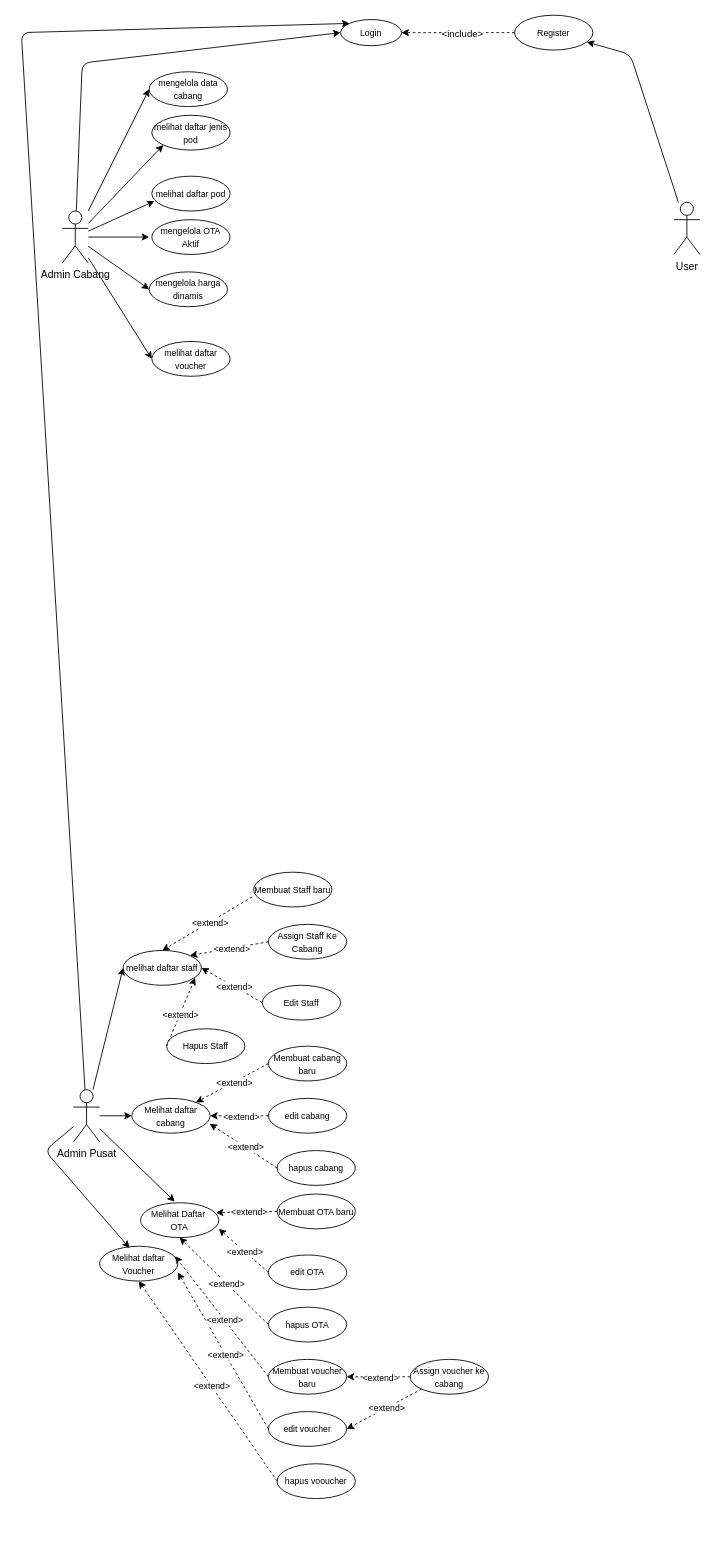
This is diagram/raw/ucd.drawio from aliifam/final-project, a draw.io file, before an edit. Source tidied: cells renumbered, new cells numbered last; positions are measured from the earlier drawing's top-left corner, leaving out a move shared by most shapes. Both pictures are drawn from the tidied source at 87%, with x=0, y=0 at pixel (21, 15).
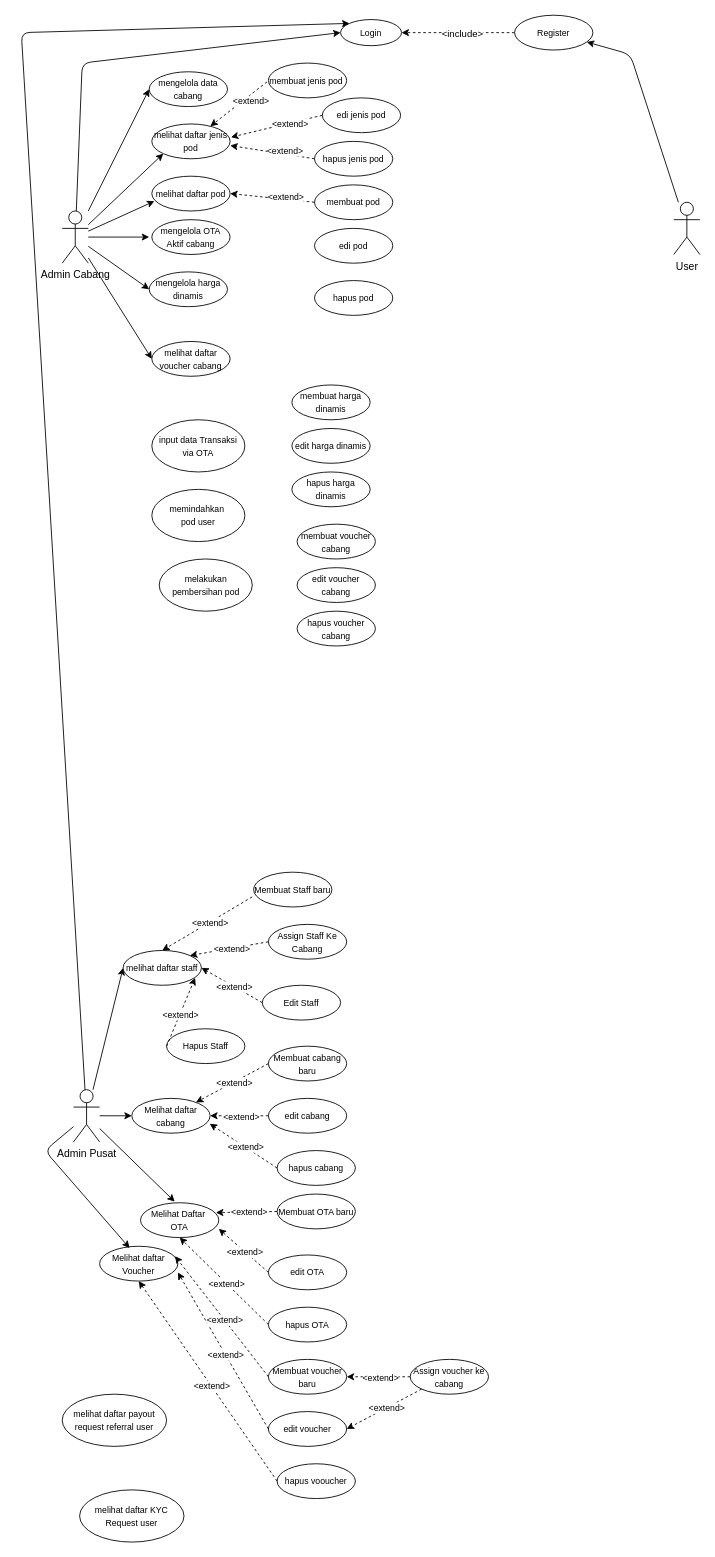
After the change.

Unchanged cells that the change refers to:
```xml
<mxCell id="71" value="&lt;font style=&quot;font-size: 10px;&quot;&gt;melihat daftar pod&lt;/font&gt;" style="ellipse;whiteSpace=wrap;html=1;" parent="1" vertex="1">
  <mxGeometry x="150" y="185" width="90" height="40" as="geometry" />
</mxCell>
```

The edit, as a diff of the source:
```diff
@@
     <mxCell id="70" value="&lt;font style=&quot;font-size: 10px;&quot;&gt;melihat daftar jenis pod&lt;/font&gt;" style="ellipse;whiteSpace=wrap;html=1;" parent="1" vertex="1">
-      <mxGeometry x="150" y="115" width="90" height="40" as="geometry" />
+      <mxGeometry x="150" y="125" width="90" height="40" as="geometry" />
     </mxCell>
@@
-    <mxCell id="72" value="&lt;font style=&quot;font-size: 10px;&quot;&gt;mengelola OTA Aktif&lt;/font&gt;" style="ellipse;whiteSpace=wrap;html=1;" parent="1" vertex="1">
+    <mxCell id="72" value="&lt;font style=&quot;font-size: 10px;&quot;&gt;mengelola OTA Aktif cabang&lt;/font&gt;" style="ellipse;whiteSpace=wrap;html=1;" parent="1" vertex="1">
       <mxGeometry x="150" y="235" width="90" height="40" as="geometry" />
     </mxCell>
@@
-    <mxCell id="74" value="&lt;font style=&quot;font-size: 10px;&quot;&gt;melihat daftar voucher&lt;/font&gt;" style="ellipse;whiteSpace=wrap;html=1;" parent="1" vertex="1">
+    <mxCell id="74" value="&lt;font style=&quot;font-size: 10px;&quot;&gt;melihat daftar voucher cabang&lt;/font&gt;" style="ellipse;whiteSpace=wrap;html=1;" parent="1" vertex="1">
       <mxGeometry x="150" y="375" width="90" height="40" as="geometry" />
     </mxCell>
@@
+    <mxCell id="76" value="&lt;font style=&quot;font-size: 10px;&quot;&gt;membuat jenis pod&amp;nbsp;&lt;/font&gt;" style="ellipse;whiteSpace=wrap;html=1;" parent="1" vertex="1">
+      <mxGeometry x="284" y="55" width="90" height="40" as="geometry" />
+    </mxCell>
+    <mxCell id="77" value="&lt;font style=&quot;font-size: 10px;&quot;&gt;edi jenis pod&lt;/font&gt;" style="ellipse;whiteSpace=wrap;html=1;" parent="1" vertex="1">
+      <mxGeometry x="346" y="95" width="90" height="40" as="geometry" />
+    </mxCell>
+    <mxCell id="78" value="&lt;span style=&quot;font-size: 10px;&quot;&gt;hapus jenis pod&lt;/span&gt;" style="ellipse;whiteSpace=wrap;html=1;" parent="1" vertex="1">
+      <mxGeometry x="337" y="145" width="90" height="40" as="geometry" />
+    </mxCell>
+    <mxCell id="79" value="&lt;font style=&quot;font-size: 10px;&quot;&gt;membuat pod&lt;/font&gt;" style="ellipse;whiteSpace=wrap;html=1;" parent="1" vertex="1">
+      <mxGeometry x="337" y="195" width="90" height="40" as="geometry" />
+    </mxCell>
+    <mxCell id="80" value="&lt;font style=&quot;font-size: 10px;&quot;&gt;edi pod&lt;/font&gt;" style="ellipse;whiteSpace=wrap;html=1;" parent="1" vertex="1">
+      <mxGeometry x="337" y="245" width="90" height="40" as="geometry" />
+    </mxCell>
+    <mxCell id="81" value="&lt;span style=&quot;font-size: 10px;&quot;&gt;hapus pod&lt;/span&gt;" style="ellipse;whiteSpace=wrap;html=1;" parent="1" vertex="1">
+      <mxGeometry x="337" y="305" width="90" height="40" as="geometry" />
+    </mxCell>
+    <mxCell id="82" value="&lt;font style=&quot;font-size: 10px;&quot;&gt;membuat harga dinamis&lt;/font&gt;" style="ellipse;whiteSpace=wrap;html=1;" parent="1" vertex="1">
+      <mxGeometry x="311" y="425" width="90" height="40" as="geometry" />
+    </mxCell>
+    <mxCell id="83" value="&lt;font style=&quot;font-size: 10px;&quot;&gt;edit harga dinamis&lt;/font&gt;" style="ellipse;whiteSpace=wrap;html=1;" parent="1" vertex="1">
+      <mxGeometry x="311" y="475" width="90" height="40" as="geometry" />
+    </mxCell>
+    <mxCell id="84" value="&lt;span style=&quot;font-size: 10px;&quot;&gt;hapus harga dinamis&lt;/span&gt;" style="ellipse;whiteSpace=wrap;html=1;" parent="1" vertex="1">
+      <mxGeometry x="311" y="525" width="90" height="40" as="geometry" />
+    </mxCell>
+    <mxCell id="85" value="&lt;font style=&quot;font-size: 10px;&quot;&gt;membuat voucher cabang&lt;/font&gt;" style="ellipse;whiteSpace=wrap;html=1;" parent="1" vertex="1">
+      <mxGeometry x="317" y="585" width="90" height="40" as="geometry" />
+    </mxCell>
+    <mxCell id="86" value="&lt;font style=&quot;font-size: 10px;&quot;&gt;edit voucher cabang&lt;/font&gt;" style="ellipse;whiteSpace=wrap;html=1;" parent="1" vertex="1">
+      <mxGeometry x="317" y="635" width="90" height="40" as="geometry" />
+    </mxCell>
+    <mxCell id="87" value="&lt;span style=&quot;font-size: 10px;&quot;&gt;hapus voucher cabang&lt;/span&gt;" style="ellipse;whiteSpace=wrap;html=1;" parent="1" vertex="1">
+      <mxGeometry x="317" y="685" width="90" height="40" as="geometry" />
+    </mxCell>
+    <mxCell id="88" value="&lt;font style=&quot;font-size: 10px;&quot;&gt;input data Transaksi via OTA&lt;/font&gt;" style="ellipse;whiteSpace=wrap;html=1;" parent="1" vertex="1">
+      <mxGeometry x="150" y="465" width="107" height="60" as="geometry" />
+    </mxCell>
+    <mxCell id="89" value="&lt;font style=&quot;font-size: 10px;&quot;&gt;memindahkan&amp;nbsp;&lt;/font&gt;&lt;div&gt;&lt;font style=&quot;font-size: 10px;&quot;&gt;pod user&lt;/font&gt;&lt;/div&gt;" style="ellipse;whiteSpace=wrap;html=1;" parent="1" vertex="1">
+      <mxGeometry x="150" y="545" width="107" height="60" as="geometry" />
+    </mxCell>
+    <mxCell id="90" value="&lt;span style=&quot;font-size: 10px;&quot;&gt;melakukan pembersihan pod&lt;/span&gt;" style="ellipse;whiteSpace=wrap;html=1;" parent="1" vertex="1">
+      <mxGeometry x="158.5" y="625" width="107" height="60" as="geometry" />
+    </mxCell>
+    <mxCell id="91" style="edgeStyle=none;html=1;dashed=1;exitX=-0.018;exitY=0.54;exitDx=0;exitDy=0;exitPerimeter=0;" parent="1" edge="1" source="76" target="70">
+      <mxGeometry relative="1" as="geometry" />
+    </mxCell>
+    <mxCell id="92" value="&lt;font style=&quot;font-size: 10px;&quot;&gt;&amp;lt;extend&amp;gt;&lt;/font&gt;" style="edgeLabel;html=1;align=center;verticalAlign=middle;" parent="91" vertex="1">
+      <mxGeometry x="-0.05" relative="1" as="geometry">
+        <mxPoint x="12" y="-2" as="offset" />
+      </mxGeometry>
+    </mxCell>
+    <mxCell id="93" style="edgeStyle=none;html=1;dashed=1;exitX=0;exitY=0.5;exitDx=0;exitDy=0;entryX=1.011;entryY=0.38;entryDx=0;entryDy=0;entryPerimeter=0;" parent="1" edge="1" source="77" target="70">
+      <mxGeometry relative="1" as="geometry" />
+    </mxCell>
+    <mxCell id="94" value="&lt;font style=&quot;font-size: 10px;&quot;&gt;&amp;lt;extend&amp;gt;&lt;/font&gt;" style="edgeLabel;html=1;align=center;verticalAlign=middle;" parent="93" vertex="1">
+      <mxGeometry x="-0.05" relative="1" as="geometry">
+        <mxPoint x="12" y="-2" as="offset" />
+      </mxGeometry>
+    </mxCell>
+    <mxCell id="95" style="edgeStyle=none;html=1;dashed=1;exitX=0;exitY=0.5;exitDx=0;exitDy=0;entryX=1.001;entryY=0.62;entryDx=0;entryDy=0;entryPerimeter=0;" parent="1" edge="1" source="78" target="70">
+      <mxGeometry relative="1" as="geometry" />
+    </mxCell>
+    <mxCell id="96" value="&lt;font style=&quot;font-size: 10px;&quot;&gt;&amp;lt;extend&amp;gt;&lt;/font&gt;" style="edgeLabel;html=1;align=center;verticalAlign=middle;" parent="95" vertex="1">
+      <mxGeometry x="-0.05" relative="1" as="geometry">
+        <mxPoint x="12" y="-2" as="offset" />
+      </mxGeometry>
+    </mxCell>
+    <mxCell id="97" style="edgeStyle=none;html=1;dashed=1;exitX=0;exitY=0.5;exitDx=0;exitDy=0;entryX=1;entryY=0.5;entryDx=0;entryDy=0;" parent="1" edge="1" source="79" target="71">
+      <mxGeometry relative="1" as="geometry" />
+    </mxCell>
+    <mxCell id="98" value="&lt;font style=&quot;font-size: 10px;&quot;&gt;&amp;lt;extend&amp;gt;&lt;/font&gt;" style="edgeLabel;html=1;align=center;verticalAlign=middle;" parent="97" vertex="1">
+      <mxGeometry x="-0.05" relative="1" as="geometry">
+        <mxPoint x="12" y="-2" as="offset" />
+      </mxGeometry>
+    </mxCell>
+    <mxCell id="99" value="&lt;span style=&quot;font-size: 10px;&quot;&gt;melihat daftar payout request referral user&lt;/span&gt;" style="ellipse;whiteSpace=wrap;html=1;" parent="1" vertex="1">
+      <mxGeometry x="47" y="1585" width="120" height="60" as="geometry" />
+    </mxCell>
+    <mxCell id="100" value="&lt;span style=&quot;font-size: 10px;&quot;&gt;melihat daftar KYC Request user&lt;/span&gt;" style="ellipse;whiteSpace=wrap;html=1;" parent="1" vertex="1">
+      <mxGeometry x="67" y="1695" width="120" height="60" as="geometry" />
+    </mxCell>
```
